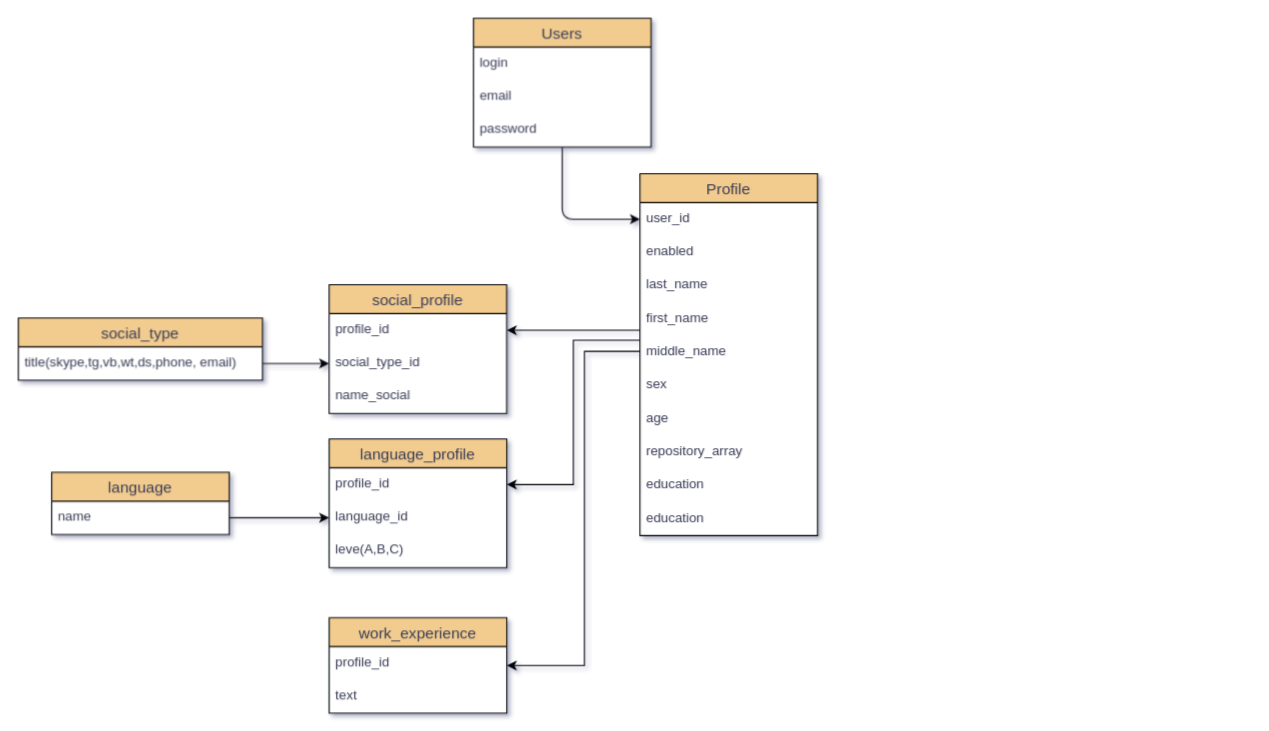
odi1n/portfolio keeps this draw.io diagram as portfolio.drawio. Above is the earlier version. Source tidied: cells renumbered, new cells numbered last; positions are measured from the earlier drawing's top-left corner, leaving out a move shared by most shapes. Both pictures are drawn from the tidied source at 111%, with x=0, y=0 at pixel (18, 18).
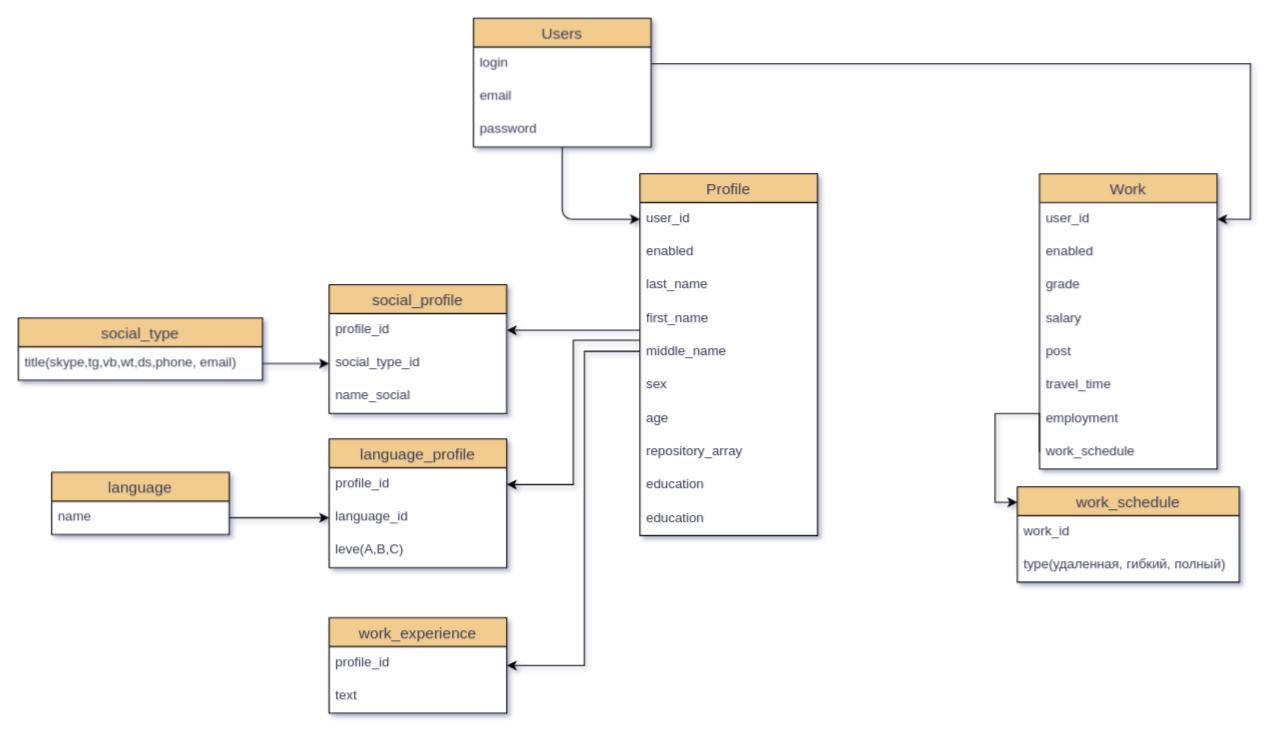
Above is the later version.

Commit message:
Добавил описание блока работы

The change refers to these unchanged cells:
```xml
<mxCell id="4" value="login" style="text;strokeColor=none;fillColor=none;spacingLeft=4;spacingRight=4;overflow=hidden;points=[[0,0.5],[1,0.5]];portConstraint=eastwest;fontSize=12;rounded=0;shadow=0;sketch=0;fontColor=#393C56;" parent="3" vertex="1">
  <mxGeometry y="26" width="160" height="30" as="geometry" />
</mxCell>
```

Change to the diagram source:
```diff
@@
+    <mxCell id="38" value="Work" style="swimlane;fontStyle=0;horizontal=1;startSize=26;align=center;fontSize=14;rounded=0;shadow=0;sketch=0;fontColor=#393C56;strokeColor=default;fillColor=#F2CC8F;swimlaneFillColor=default;" parent="1" vertex="1">
+      <mxGeometry x="920" y="140" width="160" height="266" as="geometry" />
+    </mxCell>
+    <mxCell id="39" value="user_id" style="text;strokeColor=none;fillColor=none;spacingLeft=4;spacingRight=4;overflow=hidden;points=[[0,0.5],[1,0.5]];portConstraint=eastwest;fontSize=12;rounded=0;shadow=0;sketch=0;fontColor=#393C56;" parent="38" vertex="1">
+      <mxGeometry y="26" width="160" height="30" as="geometry" />
+    </mxCell>
+    <mxCell id="40" value="enabled" style="text;strokeColor=none;fillColor=none;spacingLeft=4;spacingRight=4;overflow=hidden;fontSize=12;rounded=0;shadow=0;sketch=0;fontColor=#393C56;" parent="38" vertex="1">
+      <mxGeometry y="56" width="160" height="30" as="geometry" />
+    </mxCell>
+    <mxCell id="41" value="grade" style="text;strokeColor=none;fillColor=none;spacingLeft=4;spacingRight=4;overflow=hidden;fontSize=12;rounded=0;shadow=0;sketch=0;fontColor=#393C56;" parent="38" vertex="1">
+      <mxGeometry y="86" width="160" height="30" as="geometry" />
+    </mxCell>
+    <mxCell id="42" value="salary" style="text;strokeColor=none;fillColor=none;spacingLeft=4;spacingRight=4;overflow=hidden;fontSize=12;rounded=0;shadow=0;sketch=0;fontColor=#393C56;" parent="38" vertex="1">
+      <mxGeometry y="116" width="160" height="30" as="geometry" />
+    </mxCell>
+    <mxCell id="43" value="post" style="text;strokeColor=none;fillColor=none;spacingLeft=4;spacingRight=4;overflow=hidden;fontSize=12;rounded=0;shadow=0;sketch=0;fontColor=#393C56;" parent="38" vertex="1">
+      <mxGeometry y="146" width="160" height="30" as="geometry" />
+    </mxCell>
+    <mxCell id="44" value="travel_time" style="text;strokeColor=none;fillColor=none;spacingLeft=4;spacingRight=4;overflow=hidden;fontSize=12;rounded=0;shadow=0;sketch=0;fontColor=#393C56;" parent="38" vertex="1">
+      <mxGeometry y="176" width="160" height="30" as="geometry" />
+    </mxCell>
+    <mxCell id="45" value="employment" style="text;strokeColor=none;fillColor=none;spacingLeft=4;spacingRight=4;overflow=hidden;fontSize=12;rounded=0;shadow=0;sketch=0;fontColor=#393C56;" parent="38" vertex="1">
+      <mxGeometry y="206" width="160" height="30" as="geometry" />
+    </mxCell>
+    <mxCell id="46" value="work_schedule" style="text;strokeColor=none;fillColor=none;spacingLeft=4;spacingRight=4;overflow=hidden;points=[[0,0.5],[1,0.5]];portConstraint=eastwest;fontSize=12;rounded=0;shadow=0;sketch=0;fontColor=#393C56;" parent="38" vertex="1">
+      <mxGeometry y="236" width="160" height="30" as="geometry" />
+    </mxCell>
+    <mxCell id="47" style="edgeStyle=orthogonalEdgeStyle;rounded=0;jettySize=auto;html=1;" parent="1" edge="1" source="4" target="39">
+      <mxGeometry relative="1" as="geometry">
+        <Array as="points">
+          <mxPoint x="1110" y="41" />
+          <mxPoint x="1110" y="181" />
+        </Array>
+      </mxGeometry>
+    </mxCell>
+    <mxCell id="48" value="work_schedule" style="swimlane;fontStyle=0;horizontal=1;startSize=26;align=center;fontSize=14;rounded=0;shadow=0;sketch=0;fontColor=#393C56;strokeColor=default;fillColor=#F2CC8F;swimlaneFillColor=default;" parent="1" vertex="1">
+      <mxGeometry x="900" y="422" width="200" height="86" as="geometry" />
+    </mxCell>
+    <mxCell id="49" value="work_id" style="text;strokeColor=none;fillColor=none;spacingLeft=4;spacingRight=4;overflow=hidden;fontSize=12;rounded=0;shadow=0;sketch=0;fontColor=#393C56;" parent="48" vertex="1">
+      <mxGeometry y="26" width="200" height="30" as="geometry" />
+    </mxCell>
+    <mxCell id="50" value="type(удаленная, гибкий, полный)" style="text;strokeColor=none;fillColor=none;spacingLeft=4;spacingRight=4;overflow=hidden;fontSize=12;rounded=0;shadow=0;sketch=0;fontColor=#393C56;" parent="48" vertex="1">
+      <mxGeometry y="56" width="200" height="30" as="geometry" />
+    </mxCell>
+    <mxCell id="51" style="edgeStyle=orthogonalEdgeStyle;rounded=0;jettySize=auto;html=1;exitX=0;exitY=0.5;exitDx=0;exitDy=0;" parent="1" edge="1" source="46">
+      <mxGeometry relative="1" as="geometry">
+        <mxPoint x="900" y="436" as="targetPoint" />
+        <Array as="points">
+          <mxPoint x="920" y="356" />
+          <mxPoint x="880" y="356" />
+          <mxPoint x="880" y="436" />
+        </Array>
+      </mxGeometry>
+    </mxCell>
```
